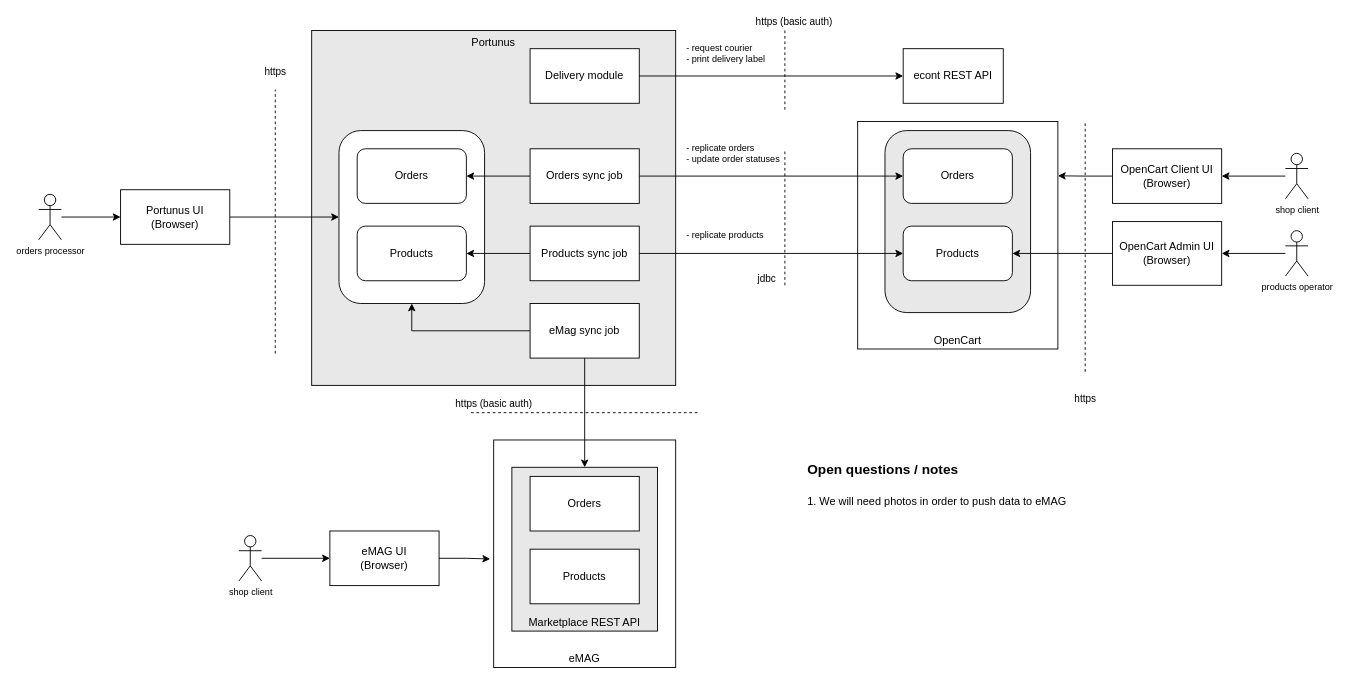
Above: misc/design/portunus.drawio in codbex/codbex-electra (draw.io), before the change. Source tidied: cells renumbered, new cells numbered last; positions are measured from the earlier drawing's top-left corner, leaving out a move shared by most shapes. Both pictures are drawn from the tidied source at 91%, with x=0, y=0 at pixel (38, 30).
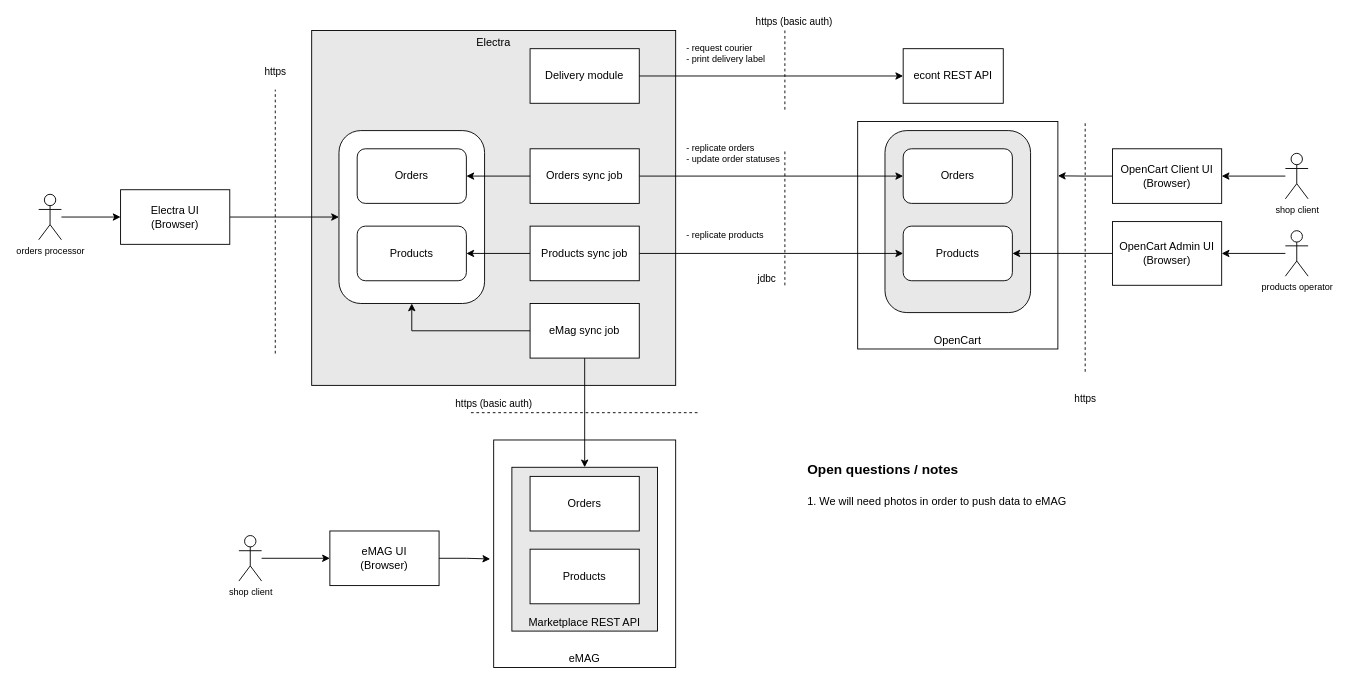
The same diagram, later.

Change to the diagram source:
```diff
@@
-    <mxCell id="6" value="Portunus" style="rounded=0;whiteSpace=wrap;html=1;verticalAlign=top;labelBackgroundColor=none;fillColor=#E8E8E8;strokeColor=default;gradientColor=none;" parent="1" vertex="1">
+    <mxCell id="6" value="Electra" style="rounded=0;whiteSpace=wrap;html=1;verticalAlign=top;labelBackgroundColor=none;fillColor=#E8E8E8;strokeColor=default;gradientColor=none;" parent="1" vertex="1">
       <mxGeometry x="300" width="400" height="390" as="geometry" />
     </mxCell>
@@
-    <mxCell id="29" value="Portunus UI&lt;br&gt;(Browser)" style="rounded=0;whiteSpace=wrap;html=1;" parent="1" vertex="1">
+    <mxCell id="29" value="Electra UI&lt;br&gt;(Browser)" style="rounded=0;whiteSpace=wrap;html=1;" parent="1" vertex="1">
       <mxGeometry x="90" y="175" width="120" height="60" as="geometry" />
     </mxCell>
```
